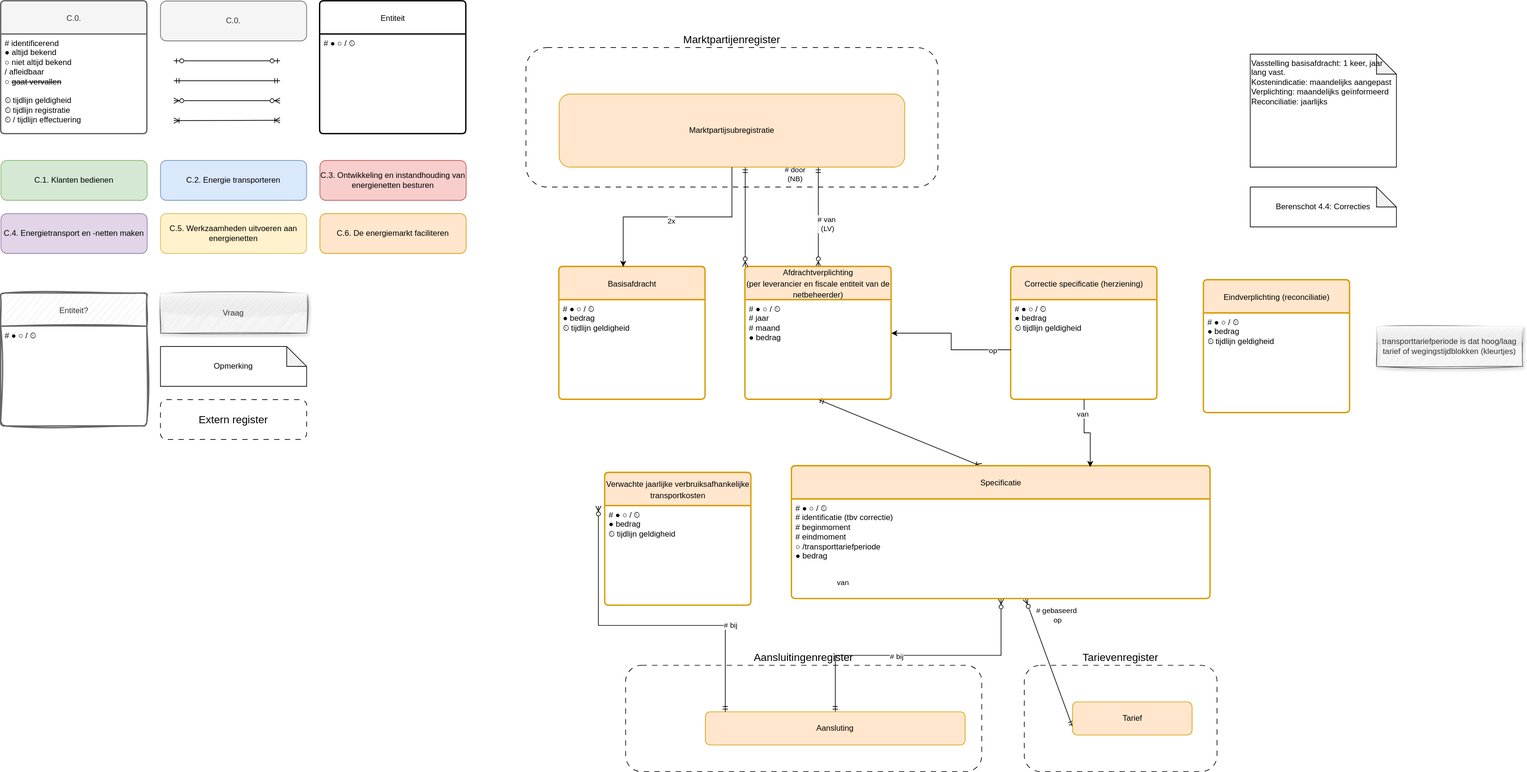
This is registers/afdrachtverplichtingenregister/1.0/afdrachtverplichtingenregister.drawio.svg from Netbeheer-Nederland/stelsel, a draw.io export, as it was before one commit. Source tidied: cells renumbered, new cells last; positions are measured from the earlier drawing's top-left corner, leaving out a move shared by most shapes.
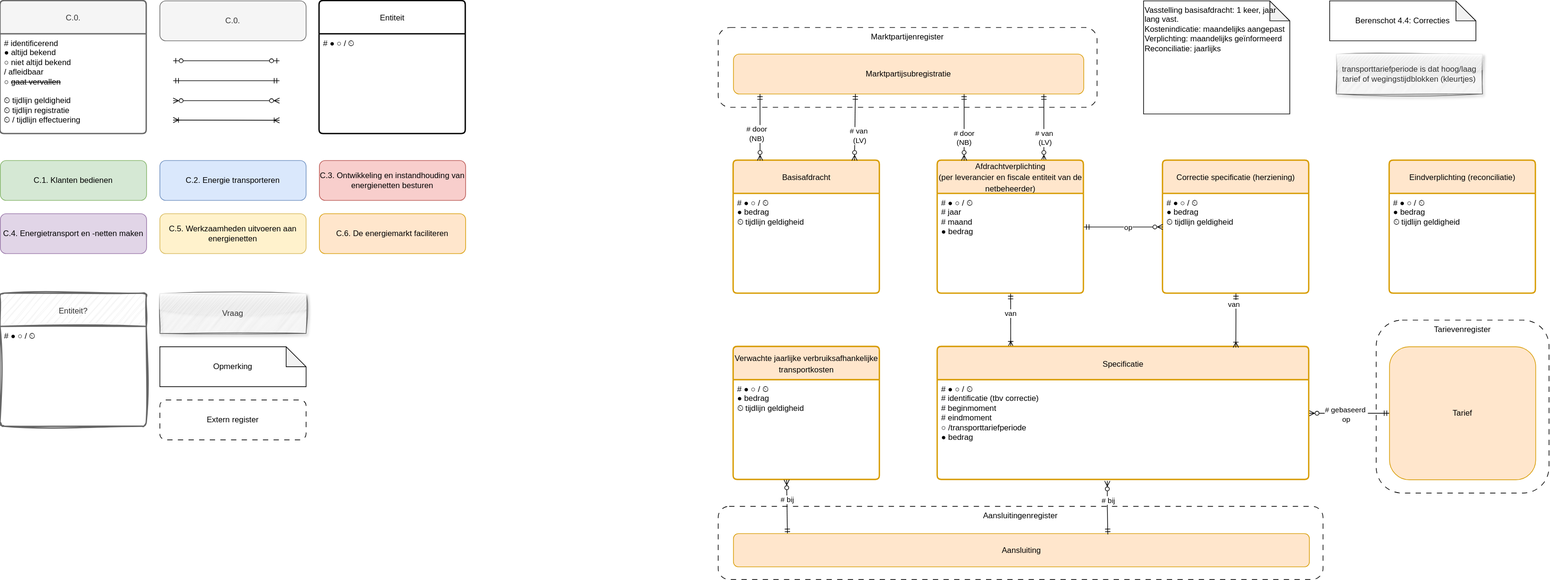
After the change.

The edit, as a diff of the source:
```diff
@@ -4,4 +4,18 @@
     <mxCell id="1" parent="0" />
+    <mxCell id="51" value="&lt;span lang=&quot;EN-US&quot; style=&quot;font-family: Aptos, sans-serif;&quot;&gt;&lt;font&gt;Tarievenregister&lt;/font&gt;&lt;/span&gt;" style="rounded=1;whiteSpace=wrap;html=1;fillColor=none;strokeColor=#000000;dashed=1;dashPattern=8 8;verticalAlign=top;" parent="1" vertex="1">
+      <mxGeometry x="2070" y="480" width="260" height="260" as="geometry" />
+    </mxCell>
+    <mxCell id="27" style="rounded=0;jettySize=auto;html=1;endArrow=ERmandOne;endFill=0;startArrow=ERzeroToMany;startFill=0;entryX=0;entryY=0.5;entryDx=0;entryDy=0;exitX=1;exitY=0.5;exitDx=0;exitDy=0;" parent="1" edge="1" source="29" target="52">
+      <mxGeometry relative="1" as="geometry" />
+    </mxCell>
+    <mxCell id="28" value="# gebaseerd&amp;nbsp;&lt;div&gt;op&lt;/div&gt;" style="edgeLabel;html=1;align=center;verticalAlign=middle;" parent="27" vertex="1">
+      <mxGeometry x="-0.76" y="-2" relative="1" as="geometry">
+        <mxPoint x="41" as="offset" />
+      </mxGeometry>
+    </mxCell>
+    <mxCell id="43" value="&lt;span lang=&quot;EN-US&quot; style=&quot;font-family: Aptos, sans-serif;&quot;&gt;&lt;font&gt;Aansluitingenregister&lt;/font&gt;&lt;/span&gt;" style="rounded=1;whiteSpace=wrap;html=1;fillColor=none;strokeColor=#000000;dashed=1;dashPattern=8 8;verticalAlign=top;" parent="1" vertex="1">
+      <mxGeometry x="1080" y="760" width="910" height="110" as="geometry" />
+    </mxCell>
-    <mxCell id="2" value="&lt;span lang=&quot;EN-US&quot; style=&quot;font-size: 12pt; font-family: Aptos, sans-serif;&quot;&gt;Marktpartijenregister&lt;/span&gt;" style="rounded=1;whiteSpace=wrap;html=1;fillColor=none;strokeColor=#000000;dashed=1;dashPattern=8 8;labelPosition=center;verticalLabelPosition=top;align=center;verticalAlign=bottom;" parent="1" vertex="1">
-      <mxGeometry x="790" y="70" width="620" height="210" as="geometry" />
+    <mxCell id="2" value="&lt;span lang=&quot;EN-US&quot; style=&quot;font-family: Aptos, sans-serif;&quot;&gt;&lt;font&gt;Marktpartijenregister&lt;/font&gt;&lt;/span&gt;" style="rounded=1;whiteSpace=wrap;html=1;fillColor=none;strokeColor=#000000;dashed=1;dashPattern=8 8;verticalAlign=top;" parent="1" vertex="1">
+      <mxGeometry x="1080" y="40" width="570" height="120" as="geometry" />
     </mxCell>
@@ -62,3 +76,3 @@
     </mxCell>
-    <mxCell id="16" value="&lt;span lang=&quot;EN-US&quot; style=&quot;font-size: 12pt; font-family: Aptos, sans-serif;&quot;&gt;Extern register&lt;/span&gt;" style="rounded=1;whiteSpace=wrap;html=1;fillColor=none;strokeColor=#000000;dashed=1;dashPattern=8 8;" parent="1" vertex="1">
+    <mxCell id="16" value="&lt;span lang=&quot;EN-US&quot; style=&quot;font-family: Aptos, sans-serif;&quot;&gt;&lt;font&gt;Extern register&lt;/font&gt;&lt;/span&gt;" style="rounded=1;whiteSpace=wrap;html=1;fillColor=none;strokeColor=#000000;dashed=1;dashPattern=8 8;" parent="1" vertex="1">
       <mxGeometry x="240" y="600" width="220" height="60" as="geometry" />
@@ -83,3 +97,3 @@
     </mxCell>
-    <mxCell id="23" style="rounded=0;jettySize=auto;html=1;entryX=0.5;entryY=1;entryDx=0;entryDy=0;endArrow=ERmandOne;endFill=0;startArrow=ERoneToMany;startFill=0;elbow=vertical;exitX=0.452;exitY=0;exitDx=0;exitDy=0;exitPerimeter=0;" parent="1" edge="1" source="29" target="36">
+    <mxCell id="23" style="rounded=0;jettySize=auto;html=1;entryX=0.5;entryY=1;entryDx=0;entryDy=0;endArrow=ERmandOne;endFill=0;startArrow=ERoneToMany;startFill=0;elbow=vertical;exitX=0.197;exitY=0;exitDx=0;exitDy=0;exitPerimeter=0;" parent="1" edge="1" source="29" target="36">
       <mxGeometry relative="1" as="geometry" />
@@ -88,29 +102,13 @@
       <mxGeometry x="0.72" y="4" relative="1" as="geometry">
-        <mxPoint x="4" y="258" as="offset" />
+        <mxPoint x="4" y="19" as="offset" />
       </mxGeometry>
     </mxCell>
-    <mxCell id="25" style="edgeStyle=elbowEdgeStyle;rounded=0;jettySize=auto;html=1;startArrow=ERzeroToMany;startFill=0;endArrow=ERmandOne;endFill=0;elbow=vertical;" parent="1" edge="1" source="29" target="44">
-      <mxGeometry relative="1" as="geometry" />
-    </mxCell>
-    <mxCell id="26" value="# bij" style="edgeLabel;html=1;align=center;verticalAlign=middle;" parent="25" vertex="1">
-      <mxGeometry x="0.35" y="1" relative="1" as="geometry">
-        <mxPoint x="40" as="offset" />
-      </mxGeometry>
-    </mxCell>
-    <mxCell id="27" style="rounded=0;jettySize=auto;html=1;entryX=0;entryY=0.75;entryDx=0;entryDy=0;endArrow=ERmandOne;endFill=0;startArrow=ERzeroToMany;startFill=0;" parent="1" edge="1" source="29" target="52">
-      <mxGeometry relative="1" as="geometry" />
-    </mxCell>
-    <mxCell id="28" value="# gebaseerd&amp;nbsp;&lt;div&gt;op&lt;/div&gt;" style="edgeLabel;html=1;align=center;verticalAlign=middle;" parent="27" vertex="1">
-      <mxGeometry x="-0.76" y="-2" relative="1" as="geometry">
-        <mxPoint x="41" as="offset" />
-      </mxGeometry>
-    </mxCell>
     <mxCell id="29" value="&lt;span style=&quot;font-size: 12px;&quot;&gt;Specificatie&lt;/span&gt;" style="swimlane;horizontal=1;startSize=50;rounded=1;fontSize=14;fontStyle=0;strokeWidth=2;shadow=0;dashed=0;align=center;arcSize=4;whiteSpace=wrap;html=1;fillColor=#ffe6cc;strokeColor=#d79b00;" parent="1" vertex="1">
-      <mxGeometry x="1190" y="700" width="630" height="200" as="geometry" />
+      <mxGeometry x="1410" y="520" width="559" height="200" as="geometry" />
     </mxCell>
     <mxCell id="30" value="&lt;div&gt;&lt;span style=&quot;background-color: transparent; color: light-dark(rgb(0, 0, 0), rgb(255, 255, 255));&quot;&gt;#&amp;nbsp;&lt;/span&gt;&lt;span style=&quot;background-color: transparent; color: light-dark(rgb(0, 0, 0), rgb(255, 255, 255));&quot;&gt;●&amp;nbsp;&lt;/span&gt;&lt;span style=&quot;background-color: transparent; color: light-dark(rgb(0, 0, 0), rgb(255, 255, 255));&quot;&gt;○&lt;/span&gt;&lt;span style=&quot;background-color: transparent; color: light-dark(rgb(0, 0, 0), rgb(255, 255, 255));&quot;&gt;&amp;nbsp;&lt;/span&gt;&lt;span style=&quot;background-color: transparent; color: light-dark(rgb(0, 0, 0), rgb(255, 255, 255));&quot;&gt;/&amp;nbsp;&lt;/span&gt;&lt;span style=&quot;background-color: transparent; color: light-dark(rgb(0, 0, 0), rgb(255, 255, 255));&quot;&gt;⏲&amp;nbsp;&lt;/span&gt;&lt;/div&gt;&lt;div&gt;&lt;span style=&quot;background-color: transparent; color: light-dark(rgb(0, 0, 0), rgb(255, 255, 255));&quot;&gt;# identificatie (tbv correctie)&lt;/span&gt;&lt;/div&gt;&lt;div&gt;&lt;span style=&quot;background-color: transparent; color: light-dark(rgb(0, 0, 0), rgb(255, 255, 255));&quot;&gt;# beginmoment&lt;/span&gt;&lt;/div&gt;&lt;div&gt;# eindmoment&lt;/div&gt;&lt;div&gt;&lt;span style=&quot;color: light-dark(rgb(0, 0, 0), rgb(255, 255, 255)); background-color: transparent;&quot;&gt;○&lt;/span&gt;&lt;span style=&quot;color: light-dark(rgb(0, 0, 0), rgb(255, 255, 255)); background-color: transparent;&quot;&gt;&amp;nbsp;/transporttariefperiode&lt;/span&gt;&lt;/div&gt;&lt;div&gt;● bedrag&lt;/div&gt;" style="align=left;strokeColor=none;fillColor=none;spacingLeft=4;fontSize=12;verticalAlign=top;html=1;" parent="29" vertex="1">
-      <mxGeometry y="50" width="630" height="150" as="geometry" />
+      <mxGeometry y="50" width="559" height="150" as="geometry" />
     </mxCell>
     <mxCell id="31" value="&lt;span style=&quot;font-size: 12px;&quot;&gt;Basisafdracht&lt;/span&gt;" style="swimlane;horizontal=1;startSize=50;rounded=1;fontSize=14;fontStyle=0;strokeWidth=2;shadow=0;dashed=0;align=center;arcSize=4;whiteSpace=wrap;html=1;fillColor=#ffe6cc;strokeColor=#d79b00;" parent="1" vertex="1">
-      <mxGeometry x="840" y="400" width="220" height="200" as="geometry" />
+      <mxGeometry x="1103" y="240" width="220" height="200" as="geometry" />
     </mxCell>
@@ -122,3 +120,4 @@
         <Array as="points">
-          <mxPoint x="1090" y="220" />
+          <mxPoint x="1570" y="150" />
+          <mxPoint x="1380" y="60" />
         </Array>
@@ -128,3 +127,3 @@
       <mxGeometry x="-0.13" y="2" relative="1" as="geometry">
-        <mxPoint x="15" as="offset" />
+        <mxPoint x="4" y="9" as="offset" />
       </mxGeometry>
@@ -132,3 +131,3 @@
     <mxCell id="35" value="&lt;span style=&quot;font-size: 12px;&quot;&gt;Afdrachtverplichting (per&amp;nbsp;&lt;/span&gt;&lt;span style=&quot;font-size: 12px;&quot;&gt;leverancier&amp;nbsp;en&amp;nbsp;&lt;/span&gt;&lt;span style=&quot;font-size: 12px;&quot;&gt;fiscale entiteit van de netbeheerder)&lt;/span&gt;" style="swimlane;horizontal=1;startSize=50;rounded=1;fontSize=14;fontStyle=0;strokeWidth=2;shadow=0;dashed=0;align=center;arcSize=4;whiteSpace=wrap;html=1;fillColor=#ffe6cc;strokeColor=#d79b00;" parent="1" vertex="1">
-      <mxGeometry x="1120" y="400" width="220" height="200" as="geometry" />
+      <mxGeometry x="1410" y="240" width="220" height="200" as="geometry" />
     </mxCell>
@@ -137,7 +136,6 @@
     </mxCell>
-    <mxCell id="37" style="edgeStyle=elbowEdgeStyle;rounded=0;jettySize=auto;html=1;endArrow=ERzeroToMany;endFill=0;startArrow=ERmandOne;startFill=0;elbow=vertical;" parent="1" edge="1" source="39" target="35">
+    <mxCell id="37" style="rounded=0;orthogonalLoop=1;jettySize=auto;html=1;endArrow=ERzeroToMany;endFill=0;startArrow=ERmandOne;startFill=0;elbow=vertical;" parent="1" edge="1">
       <mxGeometry relative="1" as="geometry">
-        <Array as="points">
-          <mxPoint x="1040" y="160" />
-        </Array>
+        <mxPoint x="1450" y="140" as="sourcePoint" />
+        <mxPoint x="1450" y="240" as="targetPoint" />
       </mxGeometry>
@@ -146,3 +144,3 @@
       <mxGeometry x="-0.87" relative="1" as="geometry">
-        <mxPoint x="74" as="offset" />
+        <mxPoint y="59" as="offset" />
       </mxGeometry>
@@ -150,21 +148,9 @@
     <mxCell id="39" value="Marktpartijsubregistratie" style="rounded=1;whiteSpace=wrap;html=1;fillColor=#ffe6cc;strokeColor=#d79b00;" parent="1" vertex="1">
-      <mxGeometry x="840" y="140" width="520" height="110" as="geometry" />
+      <mxGeometry x="1103" y="80" width="527" height="60" as="geometry" />
     </mxCell>
     <mxCell id="40" value="Vasstelling basisafdracht: 1 keer, jaar lang vast.&lt;div&gt;Kostenindicatie: maandelijks aangepast&lt;/div&gt;&lt;div&gt;Verplichting: maandelijks geïnformeerd&lt;/div&gt;&lt;div&gt;Reconciliatie: jaarlijks&lt;/div&gt;" style="shape=note;whiteSpace=wrap;html=1;backgroundOutline=1;darkOpacity=0.05;align=left;labelPosition=center;verticalLabelPosition=middle;verticalAlign=top;" parent="1" vertex="1">
-      <mxGeometry x="1880" y="80" width="220" height="170" as="geometry" />
+      <mxGeometry x="1720" width="220" height="170" as="geometry" />
     </mxCell>
-    <mxCell id="41" style="edgeStyle=orthogonalEdgeStyle;rounded=0;jettySize=auto;html=1;entryX=0.438;entryY=0;entryDx=0;entryDy=0;entryPerimeter=0;" parent="1" edge="1" source="39" target="31">
-      <mxGeometry relative="1" as="geometry" />
-    </mxCell>
-    <mxCell id="42" value="2x" style="edgeLabel;html=1;align=center;verticalAlign=middle;" parent="41" vertex="1">
-      <mxGeometry x="0.07" y="5" relative="1" as="geometry" />
-    </mxCell>
-    <mxCell id="43" value="&lt;span lang=&quot;EN-US&quot; style=&quot;font-size: 12pt; font-family: Aptos, sans-serif;&quot;&gt;Aansluitingenregister&lt;/span&gt;" style="rounded=1;whiteSpace=wrap;html=1;fillColor=none;strokeColor=#000000;dashed=1;dashPattern=8 8;labelPosition=center;verticalLabelPosition=top;align=center;verticalAlign=bottom;" parent="1" vertex="1">
-      <mxGeometry x="940" y="1000" width="536" height="160" as="geometry" />
-    </mxCell>
-    <mxCell id="44" value="Aansluting" style="rounded=1;whiteSpace=wrap;html=1;fillColor=#ffe6cc;strokeColor=#d79b00;" parent="1" vertex="1">
-      <mxGeometry x="1060" y="1070" width="391" height="50" as="geometry" />
-    </mxCell>
     <mxCell id="45" value="&lt;span style=&quot;font-size: 12px;&quot;&gt;Verwachte jaarlijke verbruiksafhankelijke transportkosten&lt;/span&gt;" style="swimlane;horizontal=1;startSize=50;rounded=1;fontSize=14;fontStyle=0;strokeWidth=2;shadow=0;dashed=0;align=center;arcSize=4;whiteSpace=wrap;html=1;fillColor=#ffe6cc;strokeColor=#d79b00;" parent="1" vertex="1">
-      <mxGeometry x="909" y="710" width="220" height="200" as="geometry" />
+      <mxGeometry x="1103" y="520" width="220" height="200" as="geometry" />
     </mxCell>
@@ -173,8 +159,6 @@
     </mxCell>
-    <mxCell id="47" style="edgeStyle=elbowEdgeStyle;rounded=0;jettySize=auto;html=1;startArrow=ERzeroToMany;startFill=0;endArrow=ERmandOne;endFill=0;elbow=vertical;" parent="1" edge="1" target="44">
+    <mxCell id="47" style="rounded=0;orthogonalLoop=1;jettySize=auto;html=1;startArrow=ERzeroToMany;startFill=0;endArrow=ERmandOne;endFill=0;elbow=vertical;entryX=0.101;entryY=0.022;entryDx=0;entryDy=0;entryPerimeter=0;" parent="1" edge="1">
       <mxGeometry relative="1" as="geometry">
-        <mxPoint x="899" y="760" as="sourcePoint" />
-        <Array as="points">
-          <mxPoint x="1090" y="940" />
-        </Array>
+        <mxPoint x="1183" y="720" as="sourcePoint" />
+        <mxPoint x="1184.2" y="802.1" as="targetPoint" />
       </mxGeometry>
@@ -183,7 +167,10 @@
       <mxGeometry x="0.35" y="1" relative="1" as="geometry">
-        <mxPoint x="40" as="offset" />
+        <mxPoint x="-1" y="-26" as="offset" />
       </mxGeometry>
     </mxCell>
+    <mxCell id="44" value="Aansluiting" style="rounded=1;whiteSpace=wrap;html=1;fillColor=#ffe6cc;strokeColor=#d79b00;" parent="1" vertex="1">
+      <mxGeometry x="1103" y="801" width="866.5" height="50" as="geometry" />
+    </mxCell>
     <mxCell id="49" value="&lt;span style=&quot;font-size: 12px;&quot;&gt;Eindverplichting (reconciliatie)&lt;/span&gt;" style="swimlane;horizontal=1;startSize=50;rounded=1;fontSize=14;fontStyle=0;strokeWidth=2;shadow=0;dashed=0;align=center;arcSize=4;whiteSpace=wrap;html=1;fillColor=#ffe6cc;strokeColor=#d79b00;" parent="1" vertex="1">
-      <mxGeometry x="1810" y="420" width="220" height="200" as="geometry" />
+      <mxGeometry x="2090" y="240" width="220" height="200" as="geometry" />
     </mxCell>
@@ -192,16 +179,13 @@
     </mxCell>
-    <mxCell id="51" value="&lt;span lang=&quot;EN-US&quot; style=&quot;font-size: 12pt; font-family: Aptos, sans-serif;&quot;&gt;Tarievenregister&lt;/span&gt;" style="rounded=1;whiteSpace=wrap;html=1;fillColor=none;strokeColor=#000000;dashed=1;dashPattern=8 8;labelPosition=center;verticalLabelPosition=top;align=center;verticalAlign=bottom;" parent="1" vertex="1">
-      <mxGeometry x="1540" y="1000" width="290" height="160" as="geometry" />
-    </mxCell>
     <mxCell id="52" value="Tarief" style="rounded=1;whiteSpace=wrap;html=1;fillColor=#ffe6cc;strokeColor=#d79b00;" parent="1" vertex="1">
-      <mxGeometry x="1612.5" y="1055" width="180" height="50" as="geometry" />
+      <mxGeometry x="2090" y="520" width="220" height="200" as="geometry" />
     </mxCell>
     <mxCell id="53" value="transporttariefperiode is dat hoog/laag tarief of wegingstijdblokken (kleurtjes)" style="rounded=0;whiteSpace=wrap;html=1;comic=0;sketch=1;curveFitting=1;jiggle=2;glass=1;shadow=1;fillColor=#f5f5f5;fontColor=#333333;strokeColor=#666666;" parent="1" vertex="1">
-      <mxGeometry x="2070" y="490" width="220" height="60" as="geometry" />
+      <mxGeometry x="2010" y="80" width="220" height="60" as="geometry" />
     </mxCell>
     <mxCell id="54" value="Berenschot 4.4: Correcties" style="shape=note;whiteSpace=wrap;html=1;backgroundOutline=1;darkOpacity=0.05;" parent="1" vertex="1">
-      <mxGeometry x="1880" y="280" width="220" height="60" as="geometry" />
+      <mxGeometry x="2000" width="220" height="60" as="geometry" />
     </mxCell>
     <mxCell id="55" value="&lt;span style=&quot;font-size: 12px;&quot;&gt;Correctie specificatie&amp;nbsp;&lt;/span&gt;&lt;span style=&quot;font-size: 12px;&quot;&gt;(herziening)&lt;/span&gt;" style="swimlane;horizontal=1;startSize=50;rounded=1;fontSize=14;fontStyle=0;strokeWidth=2;shadow=0;dashed=0;align=center;arcSize=4;whiteSpace=wrap;html=1;fillColor=#ffe6cc;strokeColor=#d79b00;" parent="1" vertex="1">
-      <mxGeometry x="1520" y="400" width="220" height="200" as="geometry" />
+      <mxGeometry x="1749" y="240" width="220" height="200" as="geometry" />
     </mxCell>
@@ -210,3 +194,3 @@
     </mxCell>
-    <mxCell id="57" style="edgeStyle=orthogonalEdgeStyle;rounded=0;jettySize=auto;html=1;entryX=0.713;entryY=0.007;entryDx=0;entryDy=0;entryPerimeter=0;" parent="1" edge="1" source="55" target="29">
+    <mxCell id="57" style="edgeStyle=orthogonalEdgeStyle;rounded=0;jettySize=auto;html=1;entryX=0.803;entryY=0.006;entryDx=0;entryDy=0;entryPerimeter=0;endArrow=ERoneToMany;endFill=0;startArrow=ERmandOne;startFill=0;" parent="1" edge="1" source="55" target="29">
       <mxGeometry relative="1" as="geometry" />
@@ -216,8 +200,40 @@
     </mxCell>
-    <mxCell id="59" style="edgeStyle=orthogonalEdgeStyle;rounded=0;jettySize=auto;html=1;entryX=1;entryY=0.5;entryDx=0;entryDy=0;" parent="1" edge="1" source="56" target="35">
-      <mxGeometry relative="1" as="geometry" />
-    </mxCell>
+    <mxCell id="61" style="rounded=0;orthogonalLoop=1;jettySize=auto;html=1;endArrow=ERmandOne;endFill=0;startArrow=ERzeroToMany;startFill=0;entryX=0.44;entryY=0.998;entryDx=0;entryDy=0;entryPerimeter=0;" parent="1" edge="1">
+      <mxGeometry relative="1" as="geometry">
+        <mxPoint x="1285.1" y="240" as="sourcePoint" />
+        <mxPoint x="1286.4" y="139.9" as="targetPoint" />
+      </mxGeometry>
+    </mxCell>
+    <mxCell id="62" value="# van&amp;nbsp;&lt;div&gt;(LV)&lt;/div&gt;" style="edgeLabel;html=1;align=center;verticalAlign=middle;" parent="1" vertex="1">
+      <mxGeometry x="1450" y="180" as="geometry">
+        <mxPoint x="-157" y="23" as="offset" />
+      </mxGeometry>
+    </mxCell>
+    <mxCell id="63" style="edgeStyle=orthogonalEdgeStyle;rounded=0;orthogonalLoop=1;jettySize=auto;html=1;entryX=0.239;entryY=1;entryDx=0;entryDy=0;entryPerimeter=0;endArrow=ERmandOne;endFill=0;startArrow=ERzeroToMany;startFill=0;" parent="1" edge="1">
+      <mxGeometry relative="1" as="geometry">
+        <mxPoint x="1143" y="240" as="sourcePoint" />
+        <mxPoint x="1142.9" y="140" as="targetPoint" />
+      </mxGeometry>
+    </mxCell>
+    <mxCell id="64" value="# door&lt;br&gt;(NB)" style="edgeLabel;html=1;align=center;verticalAlign=middle;" parent="1" vertex="1">
+      <mxGeometry x="1366.5" y="190" as="geometry">
+        <mxPoint x="-229" y="10" as="offset" />
+      </mxGeometry>
+    </mxCell>
+    <mxCell id="65" style="edgeStyle=orthogonalEdgeStyle;rounded=0;jettySize=auto;html=1;entryX=1;entryY=0.333;entryDx=0;entryDy=0;entryPerimeter=0;startArrow=ERzeroToMany;startFill=0;endArrow=ERmandOne;endFill=0;" parent="1" edge="1" source="55" target="36">
+      <mxGeometry relative="1" as="geometry" />
+    </mxCell>
-    <mxCell id="60" value="op" style="edgeLabel;html=1;align=center;verticalAlign=middle;" parent="59" vertex="1">
-      <mxGeometry x="-0.73" relative="1" as="geometry" />
+    <mxCell id="60" value="op" style="edgeLabel;html=1;align=center;verticalAlign=middle;" parent="65" vertex="1">
+      <mxGeometry x="-0.51" y="1" relative="1" as="geometry">
+        <mxPoint x="-23" as="offset" />
+      </mxGeometry>
     </mxCell>
+    <mxCell id="25" style="edgeStyle=elbowEdgeStyle;rounded=0;jettySize=auto;html=1;startArrow=ERzeroToMany;startFill=0;endArrow=ERmandOne;endFill=0;elbow=vertical;entryX=0.65;entryY=0.022;entryDx=0;entryDy=0;entryPerimeter=0;exitX=0.457;exitY=1.012;exitDx=0;exitDy=0;exitPerimeter=0;" parent="1" edge="1" source="30" target="44">
+      <mxGeometry relative="1" as="geometry" />
+    </mxCell>
+    <mxCell id="26" value="# bij" style="edgeLabel;html=1;align=center;verticalAlign=middle;" parent="25" vertex="1">
+      <mxGeometry x="0.35" y="1" relative="1" as="geometry">
+        <mxPoint x="-1" y="-25" as="offset" />
+      </mxGeometry>
+    </mxCell>
   </root>
```
